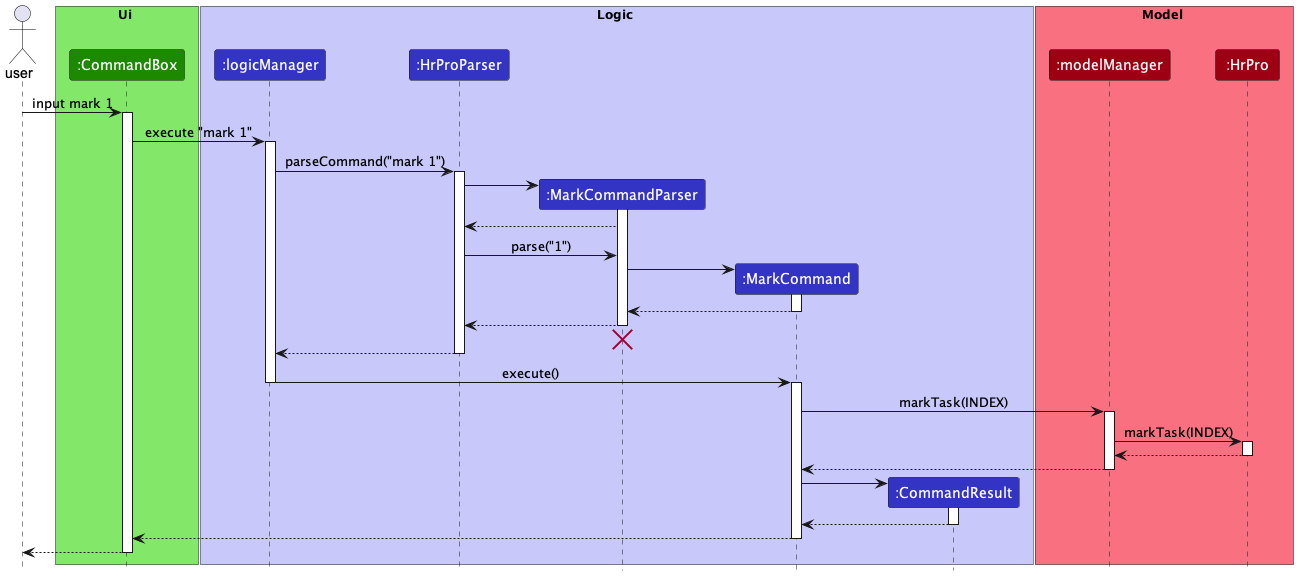
nus-cs2103-AY2223S1/tp keeps this PlantUML diagram as docs/images/MarkCommandSequenceDiagram.png. Above is the earlier version.
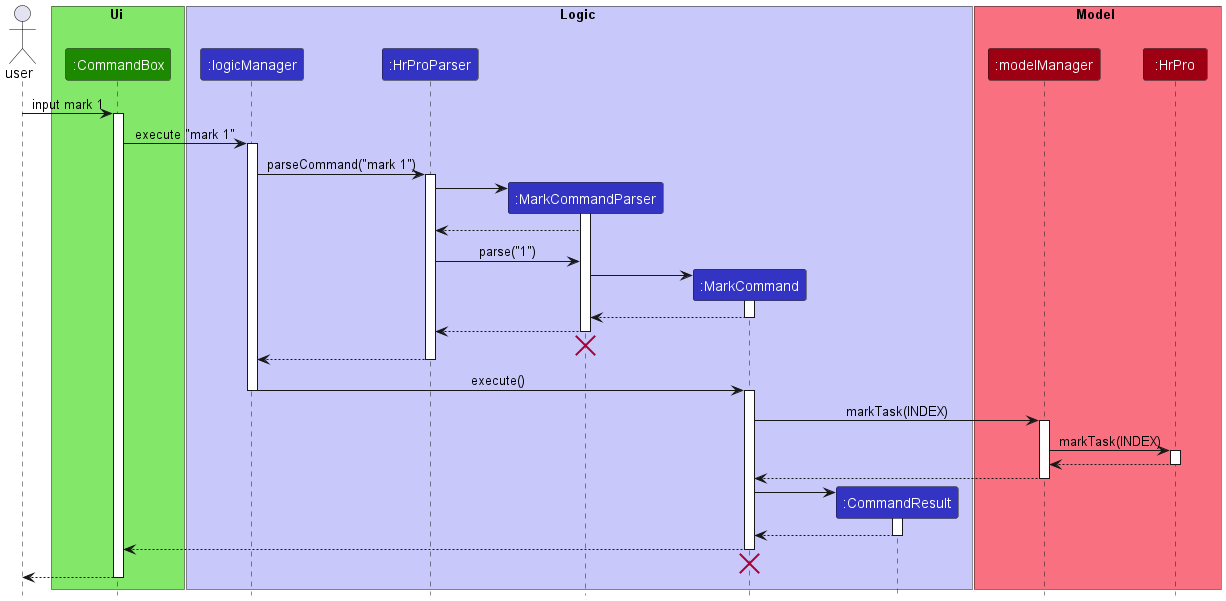
After the change.

Diff of the diagram source:
```diff
@@ -78,6 +78,8 @@
 
 markCommand --> commandBox
 deactivate markCommand
+markCommand -[hidden]-> commandBox
+destroy markCommand
 
 commandBox --> user :
 deactivate commandBox
```
